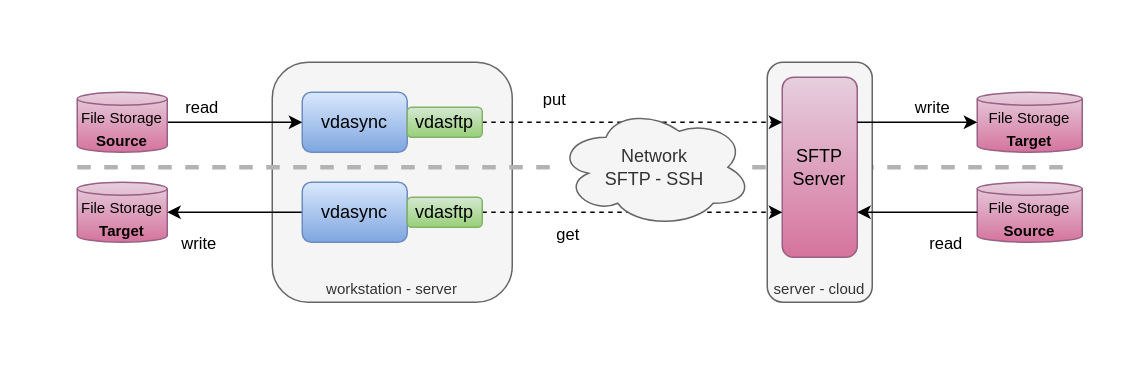
This is page "sftp" (5 of 11) of docs/images/vdasync.drawio from t-beigbeder/vdasync, a draw.io file, before an edit. Source tidied: cells renumbered, new cells numbered last; positions are measured from the earlier drawing's top-left corner, leaving out a move shared by most shapes. Both pictures are drawn from the tidied source at 150%, with x=0, y=0 at pixel (76, 62).
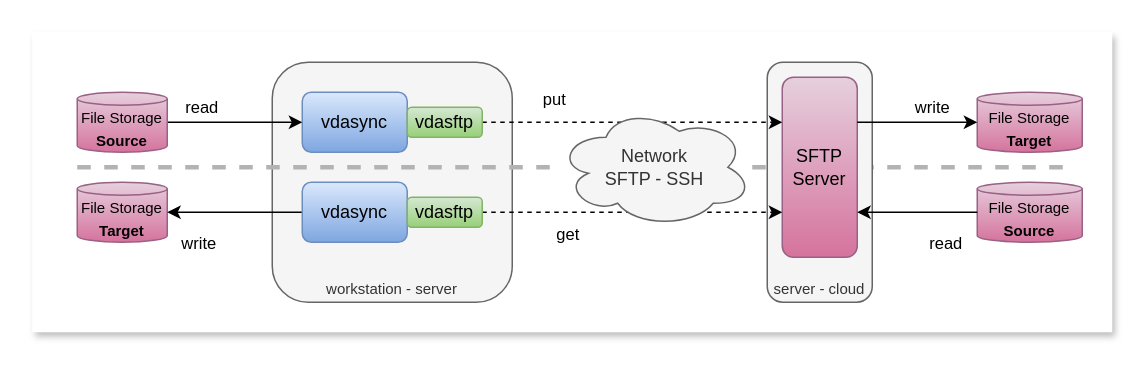
The same diagram, later.

Change to the diagram source:
```diff
@@
+    <mxCell id="22" style="rounded=0;whiteSpace=wrap;html=1;shadow=1;glass=0;strokeColor=none;" parent="1" vertex="1">
+      <mxGeometry x="-30" y="-20" width="720" height="200" as="geometry" />
+    </mxCell>
```
